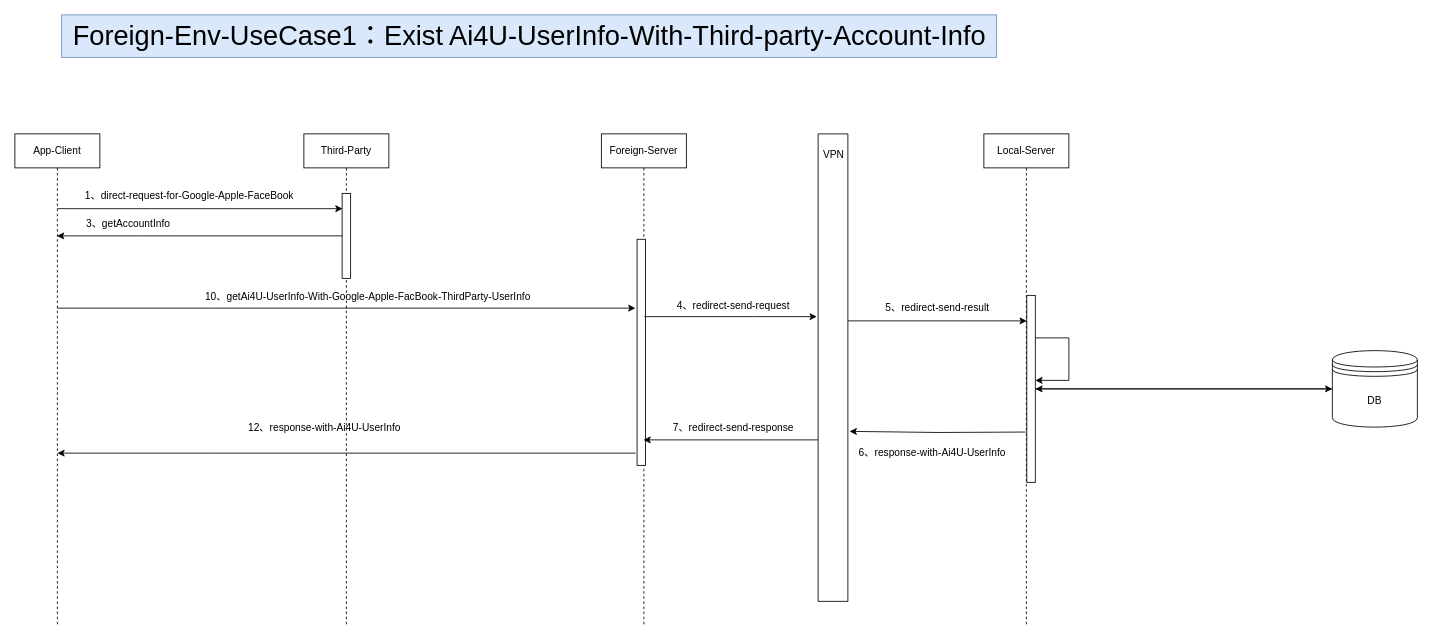
This is page "三方登陆设计-用例2" (11 of 12) of Ai4u-Project-Info-business.drawio from fntp/act, a draw.io file, before an edit. Source tidied: cells renumbered, new cells numbered last; positions are measured from the earlier drawing's top-left corner, leaving out a move shared by most shapes. Both pictures are drawn from the tidied source at 85%, with x=0, y=0 at pixel (14, 14).
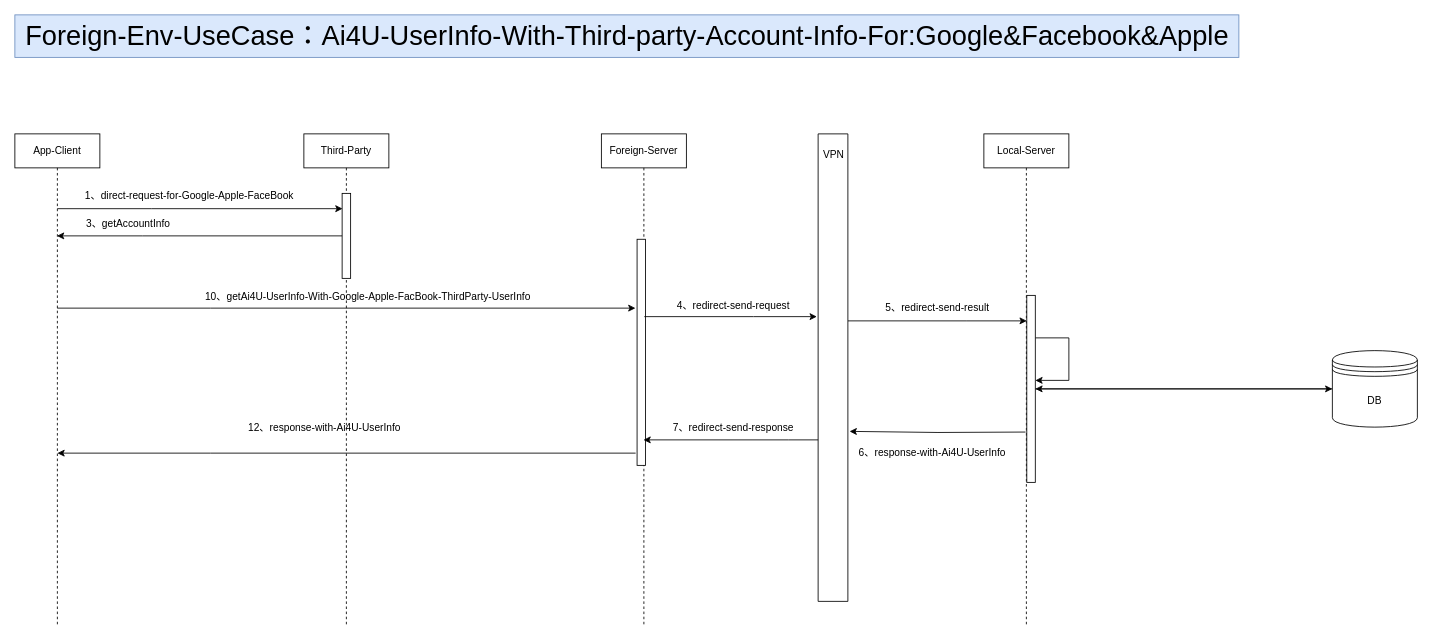
The same diagram, later.

The edit, as a diff of the source:
```diff
@@
-    <mxCell id="2" value="Foreign-Env-UseCase1：Exist Ai4U-UserInfo-With-Third-party-Account-Info" style="text;html=1;align=center;verticalAlign=middle;strokeColor=#6c8ebf;fillColor=#dae8fc;fontSize=32;" parent="1" vertex="1">
-      <mxGeometry x="55" width="1100" height="50" as="geometry" />
+    <mxCell id="2" value="Foreign-Env-UseCase：Ai4U-UserInfo-With-Third-party-Account-Info-For:Google&amp;amp;Facebook&amp;amp;Apple" style="text;html=1;align=center;verticalAlign=middle;strokeColor=#6c8ebf;fillColor=#dae8fc;fontSize=32;" parent="1" vertex="1">
+      <mxGeometry width="1440" height="50" as="geometry" />
     </mxCell>
```
